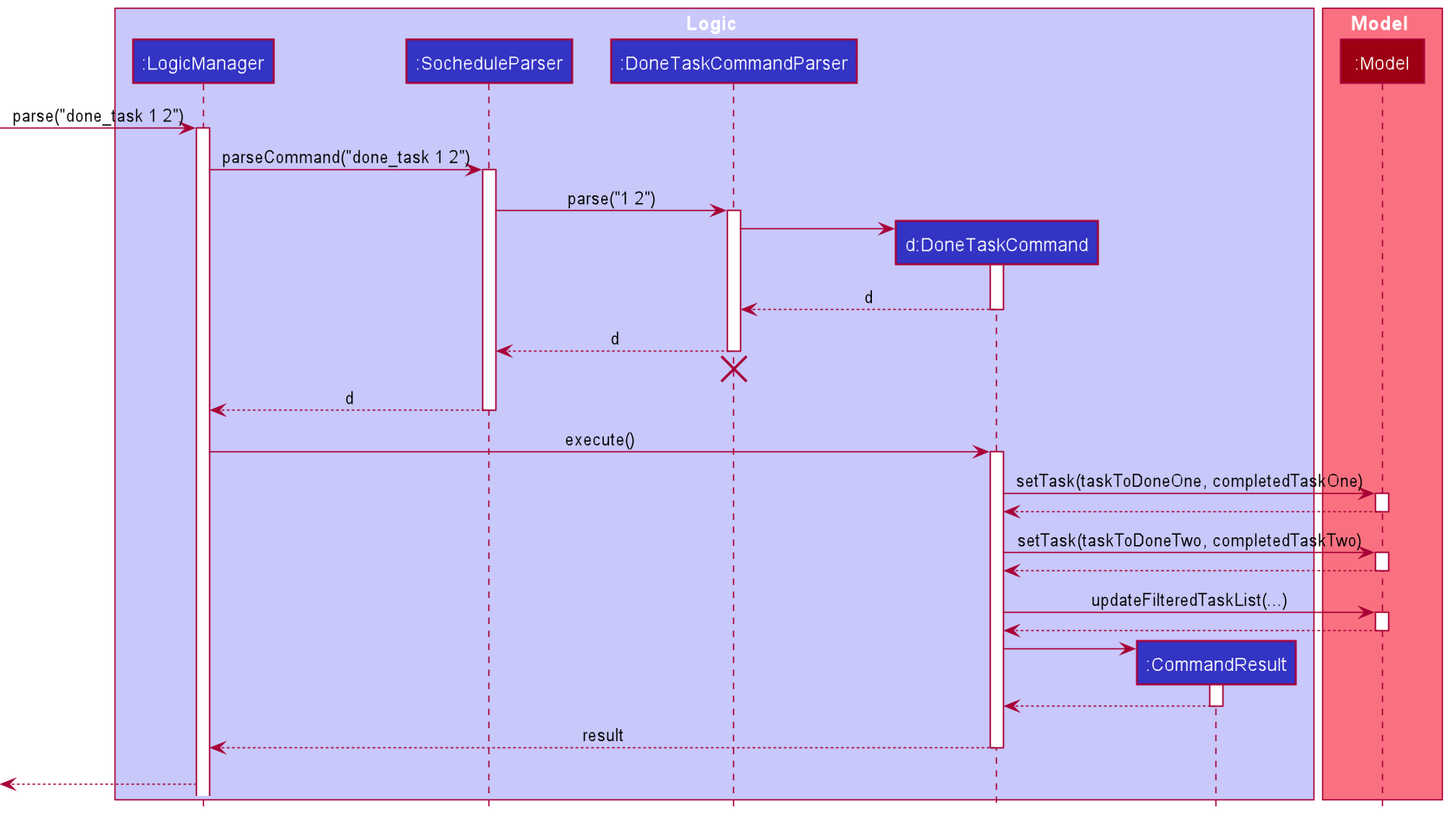
Before: docs/images/DoneTaskCommandSequenceDiagram.png, a diagram exported from PlantUML (nus-cs2103-AY2021S2/tp). Source of this version:
```plantuml
@startuml
!include style.puml

box Logic LOGIC_COLOR_T1
participant ":LogicManager" as LogicManager LOGIC_COLOR
participant ":SocheduleParser" as SocheduleParser LOGIC_COLOR
participant ":DoneTaskCommandParser" as DoneTaskCommandParser LOGIC_COLOR
participant "d:DoneTaskCommand" as DoneTaskCommand LOGIC_COLOR
participant ":CommandResult" as CommandResult LOGIC_COLOR
end box

box Model MODEL_COLOR_T1
participant ":Model" as Model MODEL_COLOR
end box

[-> LogicManager : parse("done_task 1 2")
activate LogicManager

LogicManager -> SocheduleParser : parseCommand("done_task 1 2")
activate SocheduleParser

SocheduleParser -> DoneTaskCommandParser: parse("1 2")
activate DoneTaskCommandParser

create DoneTaskCommand
DoneTaskCommandParser -> DoneTaskCommand
activate DoneTaskCommand
DoneTaskCommandParser <--DoneTaskCommand : d
deactivate DoneTaskCommand

SocheduleParser <--DoneTaskCommandParser : d
deactivate DoneTaskCommandParser
DoneTaskCommandParser -[hidden]->[
destroy DoneTaskCommandParser

LogicManager <-- SocheduleParser : d
deactivate SocheduleParser

LogicManager -> DoneTaskCommand : execute()
activate DoneTaskCommand

DoneTaskCommand -> Model : setTask(taskToDoneOne, completedTaskOne)
activate Model
DoneTaskCommand <-- Model
deactivate Model

DoneTaskCommand -> Model : setTask(taskToDoneTwo, completedTaskTwo)
activate Model
DoneTaskCommand <-- Model
deactivate Model

DoneTaskCommand -> Model : updateFilteredTaskList(...)
activate Model
DoneTaskCommand <-- Model
deactivate Model

create CommandResult
DoneTaskCommand -> CommandResult
activate CommandResult
DoneTaskCommand <-- CommandResult
deactivate CommandResult

LogicManager <-- DoneTaskCommand: result
deactivate DoneTaskCommand
DoneTaskCommand -[hidden]->[

[<-- LogicManager :
@enduml
```
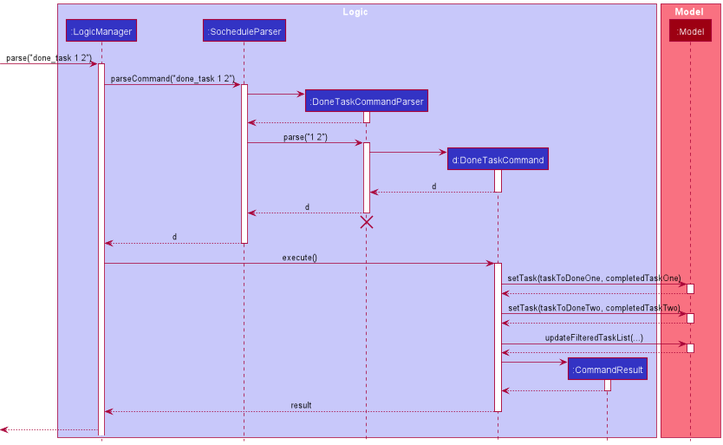
The same diagram one commit later.

Commit message:
Update sequence diagrams for parser

What changed in the source:
```diff
@@ -18,6 +18,12 @@
 
 LogicManager -> SocheduleParser : parseCommand("done_task 1 2")
 activate SocheduleParser
+
+create DoneTaskCommandParser
+SocheduleParser -> DoneTaskCommandParser
+activate DoneTaskCommandParser
+DoneTaskCommandParser --> SocheduleParser
+deactivate DoneTaskCommandParser
 
 SocheduleParser -> DoneTaskCommandParser: parse("1 2")
 activate DoneTaskCommandParser
```
